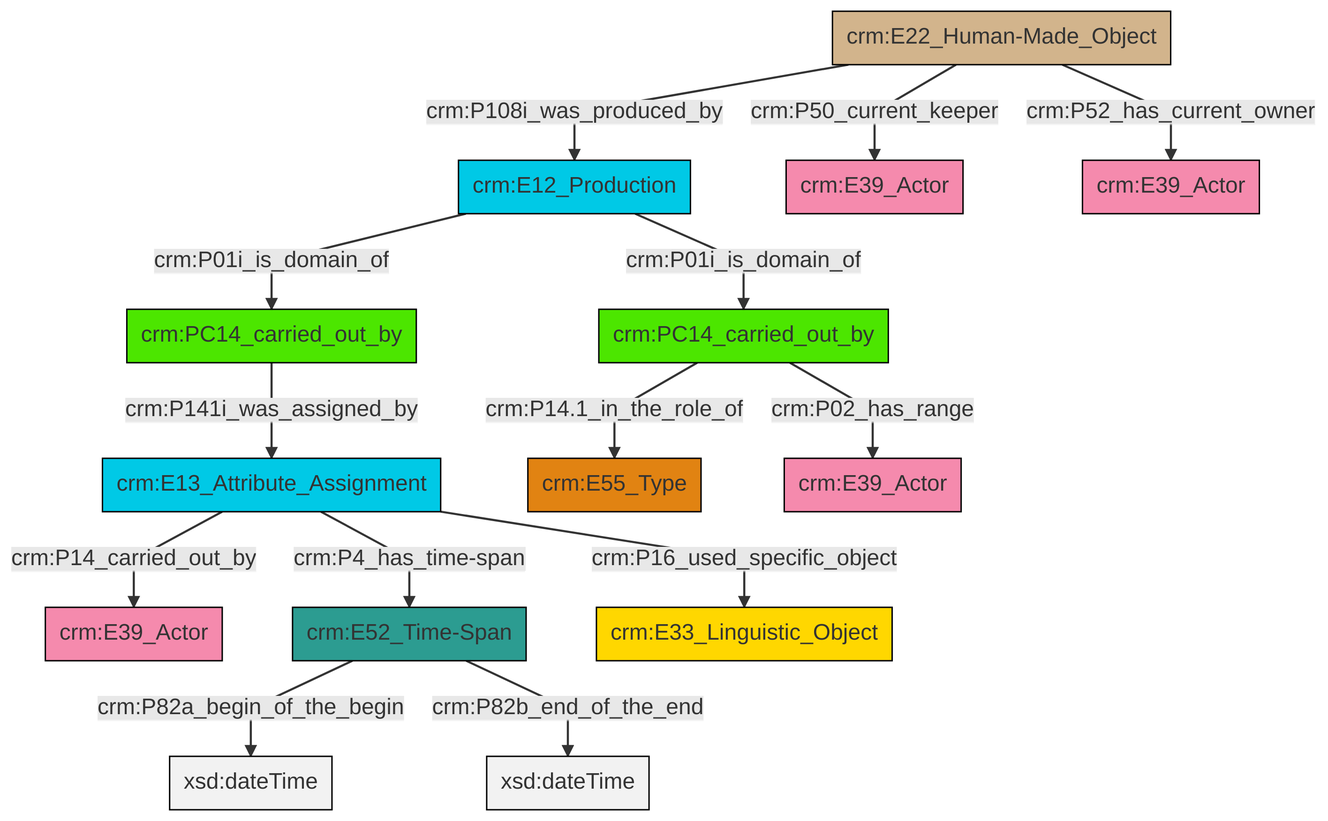
This is et/carrierCSV/ttl/mmd/png/carrier_relations.png from swiss-art-research-net/docs.swissartresearch, a Mermaid export, as it was before one commit. Its source is kept beside it as et/carrierCSV/ttl/mmd/carrier_relations.ttl.mmd.
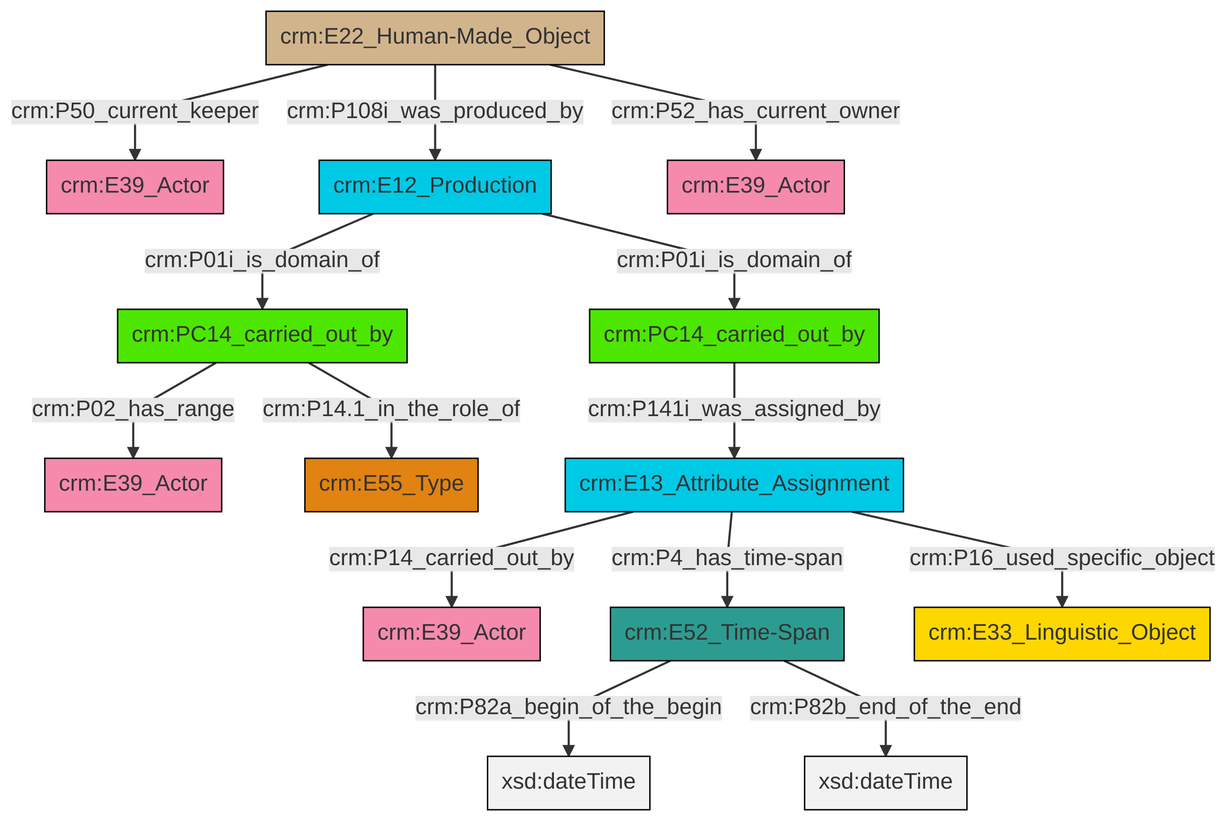
Above is the later version.

The edit, as a diff of the source:
```diff
@@ -13,16 +13,16 @@
 classDef PC_Classes fill:#4ce600, stroke:#000000;
 classDef Multi fill:#cccccc,stroke:#000000;
 
-0["crm:E12_Production"]:::Temporal_Entity -->|crm:P01i_is_domain_of| 1["crm:PC14_carried_out_by"]:::PC_Classes
-2["crm:E22_Human-Made_Object"]:::Physical_Thing -->|crm:P50_current_keeper| 3["crm:E39_Actor"]:::Actor
-5["crm:E13_Attribute_Assignment"]:::Temporal_Entity -->|crm:P14_carried_out_by| 6["crm:E39_Actor"]:::Actor
-1["crm:PC14_carried_out_by"]:::PC_Classes -->|crm:P14.1_in_the_role_of| 9["crm:E55_Type"]:::Type
-2["crm:E22_Human-Made_Object"]:::Physical_Thing -->|crm:P108i_was_produced_by| 0["crm:E12_Production"]:::Temporal_Entity
-0["crm:E12_Production"]:::Temporal_Entity -->|crm:P01i_is_domain_of| 11["crm:PC14_carried_out_by"]:::PC_Classes
-11["crm:PC14_carried_out_by"]:::PC_Classes -->|crm:P141i_was_assigned_by| 5["crm:E13_Attribute_Assignment"]:::Temporal_Entity
-2["crm:E22_Human-Made_Object"]:::Physical_Thing -->|crm:P52_has_current_owner| 14["crm:E39_Actor"]:::Actor
-5["crm:E13_Attribute_Assignment"]:::Temporal_Entity -->|crm:P16_used_specific_object| 15["crm:E33_Linguistic_Object"]:::Conceptual_Object
-7["crm:E52_Time-Span"]:::Time-Span -->|crm:P82a_begin_of_the_begin| 16[xsd:dateTime]:::Literal
-1["crm:PC14_carried_out_by"]:::PC_Classes -->|crm:P02_has_range| 18["crm:E39_Actor"]:::Actor
-7["crm:E52_Time-Span"]:::Time-Span -->|crm:P82b_end_of_the_end| 23[xsd:dateTime]:::Literal
-5["crm:E13_Attribute_Assignment"]:::Temporal_Entity -->|crm:P4_has_time-span| 7["crm:E52_Time-Span"]:::Time-Span
+0["crm:PC14_carried_out_by"]:::PC_Classes -->|crm:P02_has_range| 1["crm:E39_Actor"]:::Actor
+4["crm:E22_Human-Made_Object"]:::Physical_Thing -->|crm:P50_current_keeper| 5["crm:E39_Actor"]:::Actor
+8["crm:E13_Attribute_Assignment"]:::Temporal_Entity -->|crm:P14_carried_out_by| 9["crm:E39_Actor"]:::Actor
+4["crm:E22_Human-Made_Object"]:::Physical_Thing -->|crm:P52_has_current_owner| 12["crm:E39_Actor"]:::Actor
+8["crm:E13_Attribute_Assignment"]:::Temporal_Entity -->|crm:P16_used_specific_object| 13["crm:E33_Linguistic_Object"]:::Conceptual_Object
+4["crm:E22_Human-Made_Object"]:::Physical_Thing -->|crm:P108i_was_produced_by| 6["crm:E12_Production"]:::Temporal_Entity
+6["crm:E12_Production"]:::Temporal_Entity -->|crm:P01i_is_domain_of| 0["crm:PC14_carried_out_by"]:::PC_Classes
+10["crm:E52_Time-Span"]:::Time-Span -->|crm:P82a_begin_of_the_begin| 20[xsd:dateTime]:::Literal
+21["crm:PC14_carried_out_by"]:::PC_Classes -->|crm:P141i_was_assigned_by| 8["crm:E13_Attribute_Assignment"]:::Temporal_Entity
+0["crm:PC14_carried_out_by"]:::PC_Classes -->|crm:P14.1_in_the_role_of| 2["crm:E55_Type"]:::Type
+10["crm:E52_Time-Span"]:::Time-Span -->|crm:P82b_end_of_the_end| 25[xsd:dateTime]:::Literal
+8["crm:E13_Attribute_Assignment"]:::Temporal_Entity -->|crm:P4_has_time-span| 10["crm:E52_Time-Span"]:::Time-Span
+6["crm:E12_Production"]:::Temporal_Entity -->|crm:P01i_is_domain_of| 21["crm:PC14_carried_out_by"]:::PC_Classes
```
